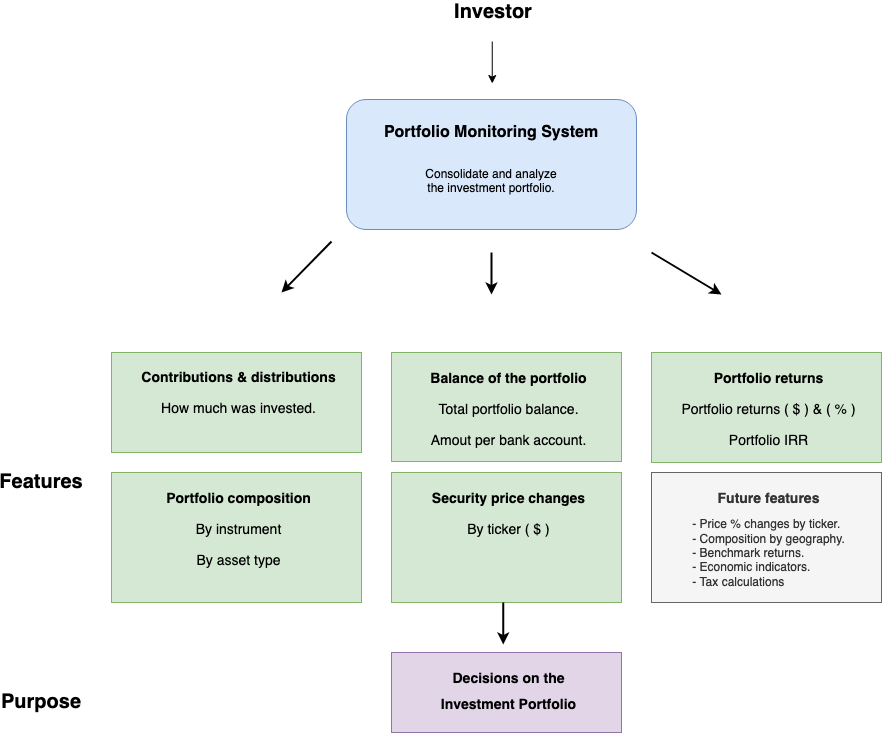
Earlier version of the draw.io export system_design_charts/system_design_chart-SystemLevel.png (portfedh/portfolio_grafana). Source tidied: cells renumbered, new cells last; positions are measured from the earlier drawing's top-left corner, leaving out a move shared by most shapes.
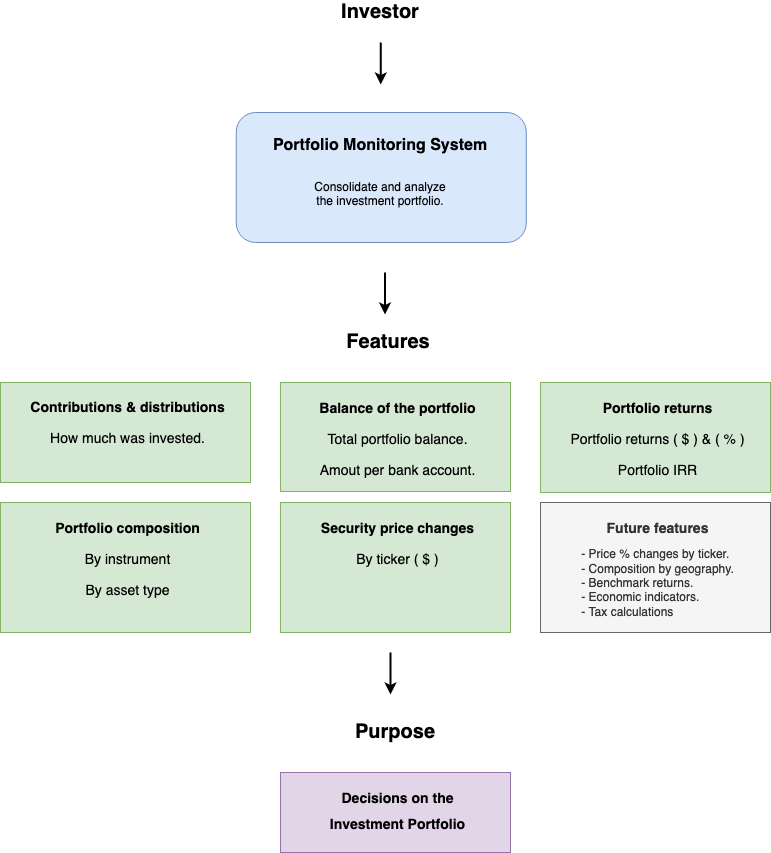
After the commit.

Commit message:
Docs: Update system design charts

Diff of the diagram source:
```diff
@@ -3,70 +3,58 @@
     <mxCell id="0" />
     <mxCell id="1" parent="0" />
     <mxCell id="2" style="rounded=1;whiteSpace=wrap;html=1;fillColor=#dae8fc;strokeColor=#6c8ebf;" parent="1" vertex="1">
-      <mxGeometry x="325" y="97" width="290" height="130" as="geometry" />
+      <mxGeometry x="225.8" y="130" width="290" height="130" as="geometry" />
     </mxCell>
-    <mxCell id="3" style="endArrow=classic;html=1;entryX=0.5;entryY=0;entryDx=0;entryDy=0;" parent="1" edge="1">
-      <mxGeometry relative="1" as="geometry">
-        <mxPoint x="470.8" y="39" as="sourcePoint" />
-        <mxPoint x="470.8" y="81" as="targetPoint" />
-      </mxGeometry>
-    </mxCell>
     <mxCell id="4" value="&lt;h1 style=&quot;font-size: 16px&quot;&gt;&lt;font style=&quot;font-size: 16px&quot;&gt;Portfolio Monitoring System&lt;/font&gt;&lt;/h1&gt;&lt;div&gt;&lt;br&gt;&lt;/div&gt;&lt;div&gt;Consolidate and analyze&lt;/div&gt;&lt;div&gt;the investment portfolio.&lt;br&gt;&lt;/div&gt;" style="text;html=1;strokeColor=none;fillColor=none;spacing=5;spacingTop=-20;whiteSpace=wrap;overflow=hidden;rounded=0;align=center;" parent="1" vertex="1">
-      <mxGeometry x="351.5" y="120" width="235.5" height="119" as="geometry" />
+      <mxGeometry x="252.2" y="153" width="235.5" height="119" as="geometry" />
     </mxCell>
     <mxCell id="5" value="&lt;h1 style=&quot;font-size: 14px&quot; align=&quot;center&quot;&gt;&lt;font style=&quot;font-size: 14px&quot;&gt;Portfolio returns&lt;/font&gt;&lt;/h1&gt;&lt;p style=&quot;font-size: 14px&quot; align=&quot;center&quot;&gt;&lt;font style=&quot;font-size: 14px&quot;&gt;Portfolio returns ( $ ) &amp;amp; ( % )&lt;br&gt;&lt;/font&gt;&lt;/p&gt;&lt;p style=&quot;font-size: 14px&quot; align=&quot;center&quot;&gt;&lt;font style=&quot;font-size: 14px&quot;&gt;Portfolio IRR&lt;br&gt;&lt;/font&gt;&lt;/p&gt;&lt;p style=&quot;font-size: 14px&quot; align=&quot;center&quot;&gt;&lt;font style=&quot;font-size: 14px&quot;&gt;&lt;br&gt;&lt;/font&gt;&lt;/p&gt;" style="text;html=1;spacing=5;spacingTop=0;whiteSpace=wrap;overflow=hidden;rounded=0;fillColor=#d5e8d4;strokeColor=#82b366;spacingLeft=5;align=center;" parent="1" vertex="1">
-      <mxGeometry x="630" y="350" width="230" height="110" as="geometry" />
+      <mxGeometry x="530" y="400" width="230" height="110" as="geometry" />
     </mxCell>
     <mxCell id="6" value="&lt;p style=&quot;line-height: 170%&quot; align=&quot;center&quot;&gt;&lt;/p&gt;&lt;h1 style=&quot;font-size: 14px&quot; align=&quot;center&quot;&gt;&lt;font style=&quot;font-size: 14px&quot;&gt;Contributions &amp;amp; distributions&lt;br&gt;&lt;/font&gt;&lt;/h1&gt;&lt;p style=&quot;font-size: 14px&quot; align=&quot;center&quot;&gt;How much was invested&lt;font style=&quot;font-size: 14px&quot;&gt;.&lt;br&gt;&lt;/font&gt;&lt;/p&gt;&lt;p align=&quot;center&quot;&gt;&lt;/p&gt;" style="text;html=1;strokeColor=#82b366;fillColor=#d5e8d4;spacing=1;spacingTop=0;whiteSpace=wrap;overflow=hidden;rounded=0;align=center;spacingLeft=5;" parent="1" vertex="1">
-      <mxGeometry x="90" y="350" width="250" height="100" as="geometry" />
+      <mxGeometry x="-10" y="400" width="250" height="100" as="geometry" />
     </mxCell>
     <mxCell id="7" value="&lt;h1 style=&quot;font-size: 14px&quot; align=&quot;center&quot;&gt;&lt;font style=&quot;font-size: 14px&quot;&gt;Balance of the portfolio&lt;br&gt;&lt;/font&gt;&lt;/h1&gt;&lt;p style=&quot;font-size: 14px&quot; align=&quot;center&quot;&gt;Total portfolio balance. &lt;br&gt;&lt;/p&gt;&lt;p style=&quot;font-size: 14px&quot; align=&quot;center&quot;&gt;&lt;font style=&quot;font-size: 14px&quot;&gt;Amout per bank account.&lt;br&gt;&lt;/font&gt;&lt;/p&gt;" style="text;html=1;strokeColor=#82b366;fillColor=#d5e8d4;spacing=5;spacingTop=0;whiteSpace=wrap;overflow=hidden;rounded=0;spacingLeft=5;align=center;" parent="1" vertex="1">
-      <mxGeometry x="370" y="350" width="230" height="109" as="geometry" />
+      <mxGeometry x="270" y="400" width="230" height="109" as="geometry" />
     </mxCell>
     <mxCell id="8" value="&lt;h1 style=&quot;font-size: 14px&quot; align=&quot;center&quot;&gt;&lt;font style=&quot;font-size: 14px&quot;&gt;Portfolio composition&lt;br&gt;&lt;/font&gt;&lt;/h1&gt;&lt;p style=&quot;font-size: 14px&quot; align=&quot;center&quot;&gt;By instrument&lt;br&gt;&lt;/p&gt;&lt;p style=&quot;font-size: 14px&quot; align=&quot;center&quot;&gt;By asset type&lt;/p&gt;&lt;p style=&quot;font-size: 14px&quot; align=&quot;center&quot;&gt;&lt;font style=&quot;font-size: 14px&quot;&gt;&lt;br&gt;&lt;/font&gt;&lt;/p&gt;" style="text;html=1;strokeColor=#82b366;fillColor=#d5e8d4;spacing=5;spacingTop=0;whiteSpace=wrap;overflow=hidden;rounded=0;spacingLeft=5;align=center;" parent="1" vertex="1">
-      <mxGeometry x="90" y="470" width="250" height="130" as="geometry" />
+      <mxGeometry x="-10" y="520" width="250" height="130" as="geometry" />
     </mxCell>
     <mxCell id="9" value="&lt;h1 style=&quot;font-size: 14px&quot; align=&quot;center&quot;&gt;Security price changes&lt;font style=&quot;font-size: 14px&quot;&gt;&lt;br&gt;&lt;/font&gt;&lt;/h1&gt;&lt;p style=&quot;font-size: 14px&quot; align=&quot;center&quot;&gt;By ticker ( $ )&lt;br&gt;&lt;/p&gt;&lt;p style=&quot;font-size: 14px&quot; align=&quot;center&quot;&gt;&lt;font style=&quot;font-size: 14px&quot;&gt;&lt;br&gt;&lt;/font&gt;&lt;/p&gt;" style="text;html=1;strokeColor=#82b366;fillColor=#d5e8d4;spacing=5;spacingTop=0;whiteSpace=wrap;overflow=hidden;rounded=0;spacingLeft=5;align=center;" parent="1" vertex="1">
-      <mxGeometry x="370" y="470" width="230" height="130" as="geometry" />
+      <mxGeometry x="270" y="520" width="230" height="130" as="geometry" />
     </mxCell>
     <mxCell id="10" style="endArrow=classic;html=1;entryX=0.5;entryY=0;entryDx=0;entryDy=0;strokeWidth=2;" parent="1" edge="1">
       <mxGeometry relative="1" as="geometry">
-        <mxPoint x="470" y="250" as="sourcePoint" />
-        <mxPoint x="470" y="292" as="targetPoint" />
+        <mxPoint x="374.5" y="290" as="sourcePoint" />
+        <mxPoint x="374.5" y="332" as="targetPoint" />
       </mxGeometry>
     </mxCell>
-    <mxCell id="11" style="endArrow=classic;html=1;strokeWidth=2;" parent="1" edge="1">
-      <mxGeometry relative="1" as="geometry">
-        <mxPoint x="630" y="250" as="sourcePoint" />
-        <mxPoint x="700" y="292" as="targetPoint" />
-      </mxGeometry>
-    </mxCell>
-    <mxCell id="12" style="endArrow=classic;html=1;strokeWidth=2;" parent="1" edge="1">
-      <mxGeometry relative="1" as="geometry">
-        <mxPoint x="310" y="239" as="sourcePoint" />
-        <mxPoint x="260" y="290" as="targetPoint" />
-      </mxGeometry>
-    </mxCell>
     <mxCell id="13" value="&lt;h1 style=&quot;font-size: 14px&quot;&gt;Decisions on the &lt;br&gt;&lt;/h1&gt;&lt;h1 style=&quot;font-size: 14px&quot;&gt;Investment Portfolio&lt;br&gt;&lt;/h1&gt;" style="text;html=1;strokeColor=#9673a6;fillColor=#e1d5e7;spacing=5;spacingTop=0;whiteSpace=wrap;overflow=hidden;rounded=0;spacingLeft=5;align=center;verticalAlign=middle;" parent="1" vertex="1">
-      <mxGeometry x="370" y="650" width="230" height="80" as="geometry" />
+      <mxGeometry x="270" y="790" width="230" height="80" as="geometry" />
     </mxCell>
     <mxCell id="14" style="endArrow=classic;html=1;entryX=0.5;entryY=0;entryDx=0;entryDy=0;strokeWidth=2;" parent="1" edge="1">
       <mxGeometry relative="1" as="geometry">
-        <mxPoint x="481.8" y="600" as="sourcePoint" />
-        <mxPoint x="481.8" y="642" as="targetPoint" />
+        <mxPoint x="380" y="670" as="sourcePoint" />
+        <mxPoint x="380" y="712" as="targetPoint" />
       </mxGeometry>
     </mxCell>
     <mxCell id="15" value="&lt;b&gt;&lt;font style=&quot;font-size: 20px&quot;&gt;Features&lt;/font&gt;&lt;/b&gt;" style="text;html=1;strokeColor=none;fillColor=none;align=center;verticalAlign=middle;whiteSpace=wrap;rounded=0;" parent="1" vertex="1">
-      <mxGeometry y="470" width="40" height="20" as="geometry" />
+      <mxGeometry x="357.8" y="350" width="40" height="20" as="geometry" />
     </mxCell>
     <mxCell id="16" value="&lt;font style=&quot;font-size: 20px&quot;&gt;&lt;b&gt;Purpose&lt;/b&gt;&lt;/font&gt;" style="text;html=1;strokeColor=none;fillColor=none;align=center;verticalAlign=middle;whiteSpace=wrap;rounded=0;" parent="1" vertex="1">
-      <mxGeometry y="690" width="40" height="20" as="geometry" />
+      <mxGeometry x="365" y="740" width="40" height="20" as="geometry" />
     </mxCell>
     <mxCell id="17" value="&lt;h1 style=&quot;font-size: 14px&quot; align=&quot;center&quot;&gt;Future features&lt;font style=&quot;font-size: 14px&quot;&gt;&lt;br&gt;&lt;/font&gt;&lt;/h1&gt;&lt;div align=&quot;left&quot;&gt;- Price % changes by ticker.&lt;br&gt;&lt;/div&gt;&lt;div align=&quot;left&quot;&gt;- Composition by geography.&lt;/div&gt;&lt;div align=&quot;left&quot;&gt;- Benchmark returns.&lt;br&gt;&lt;/div&gt;&lt;div align=&quot;left&quot;&gt;- Economic indicators.&lt;/div&gt;&lt;div align=&quot;left&quot;&gt;- Tax calculations&lt;br&gt;&lt;/div&gt;" style="text;html=1;strokeColor=#666666;fillColor=#f5f5f5;spacing=5;spacingTop=0;whiteSpace=wrap;overflow=hidden;rounded=0;spacingLeft=5;fontColor=#333333;align=center;" parent="1" vertex="1">
-      <mxGeometry x="630" y="470" width="230" height="130" as="geometry" />
+      <mxGeometry x="530" y="520" width="230" height="130" as="geometry" />
     </mxCell>
     <mxCell id="18" value="&lt;font style=&quot;font-size: 20px&quot;&gt;&lt;b&gt;&lt;font style=&quot;font-size: 20px&quot;&gt;Investor&lt;/font&gt;&lt;/b&gt;&lt;/font&gt;" style="text;html=1;strokeColor=none;fillColor=none;align=center;verticalAlign=middle;whiteSpace=wrap;rounded=0;" parent="1" vertex="1">
-      <mxGeometry x="427" width="90" height="20" as="geometry" />
+      <mxGeometry x="325" y="20" width="90" height="20" as="geometry" />
     </mxCell>
+    <mxCell id="19" style="endArrow=classic;html=1;entryX=0.5;entryY=0;entryDx=0;entryDy=0;strokeWidth=2;" parent="1" edge="1">
+      <mxGeometry relative="1" as="geometry">
+        <mxPoint x="370.2" y="60" as="sourcePoint" />
+        <mxPoint x="370.2" y="102" as="targetPoint" />
+      </mxGeometry>
+    </mxCell>
   </root>
 </mxGraphModel>
```
